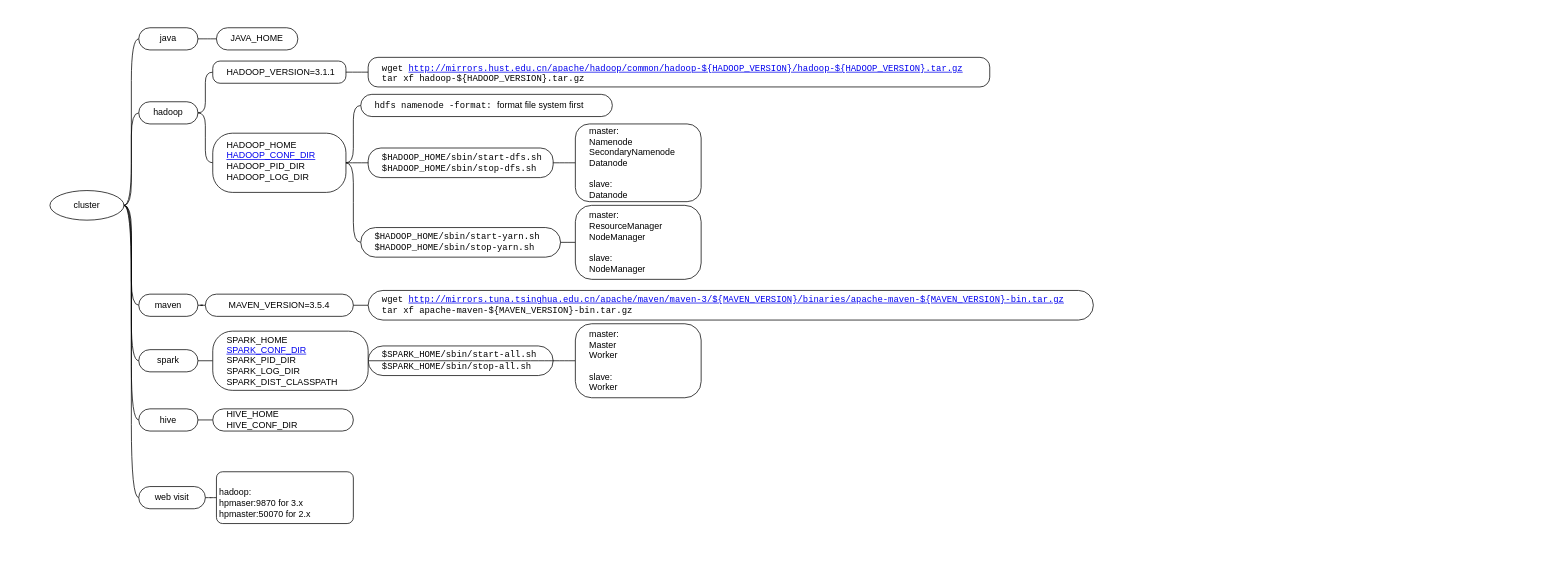
This is page "deploy" (1 of 4) of languages/scala/scala.drawio from yangdj/tf_docs, a draw.io file, before an edit. Source tidied: cells renumbered, new cells numbered last; positions are measured from the earlier drawing's top-left corner, leaving out a move shared by most shapes. Both pictures are drawn from the tidied source at 74%, with x=0, y=0 at pixel (13, 13).
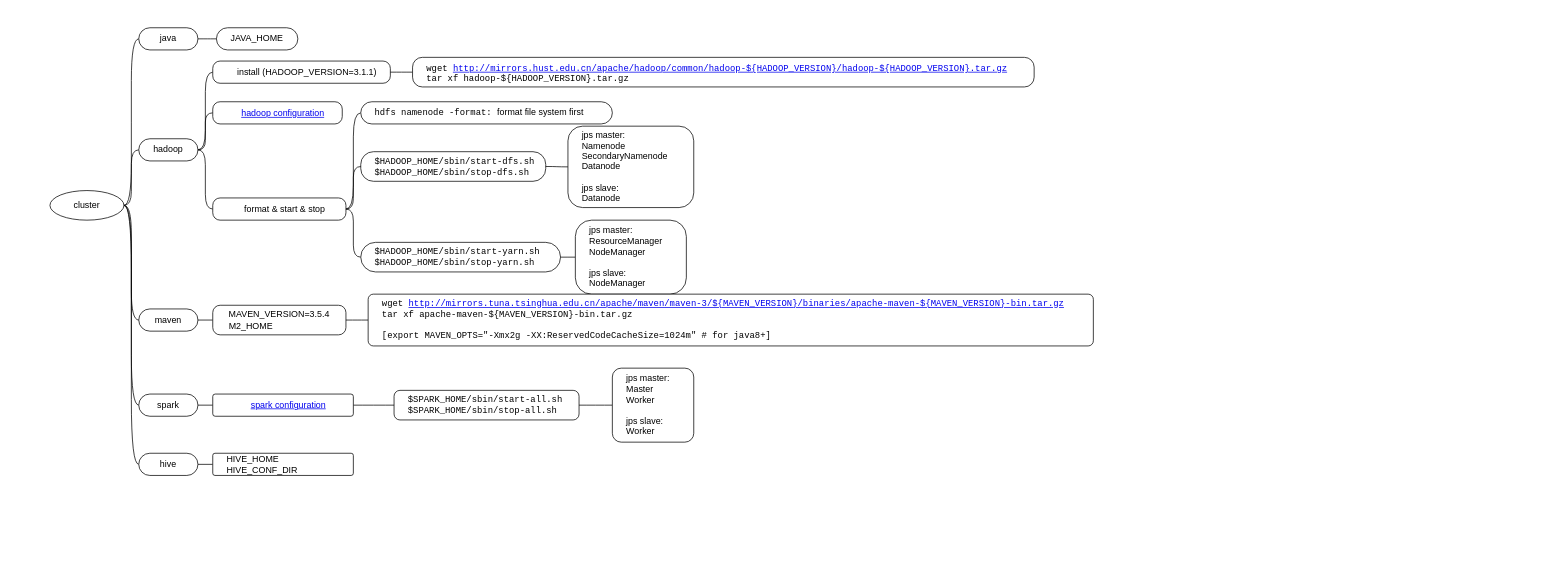
The same diagram, later.

Unchanged cells that the change refers to:
```xml
<mxCell id="4" value="cluster" style="ellipse;whiteSpace=wrap;html=1;align=center;" parent="2" vertex="1">
  <mxGeometry x="50" y="240" width="100" height="40" as="geometry" />
</mxCell>
```

Change to the diagram source:
```diff
@@
     <mxCell id="2" style="swimlane;html=1;startSize=20;horizontal=1;containerType=tree;rounded=1;shadow=0;glass=0;comic=0;fillColor=none;align=left;strokeColor=none;spacingLeft=16;fontFamily=Courier New;" parent="1" vertex="1">
-      <mxGeometry width="1530" height="740" as="geometry" />
+      <mxGeometry width="2070" height="740" as="geometry" />
     </mxCell>
@@
     <mxCell id="5" value="hadoop" style="whiteSpace=wrap;html=1;rounded=1;arcSize=50;align=center;verticalAlign=middle;strokeWidth=1;spacing=4;" parent="2" vertex="1">
-      <mxGeometry x="170" y="120" width="80" height="30" as="geometry" />
+      <mxGeometry x="170" y="170" width="80" height="30" as="geometry" />
     </mxCell>
@@
     <mxCell id="7" value="spark" style="whiteSpace=wrap;html=1;rounded=1;arcSize=50;align=center;verticalAlign=middle;strokeWidth=1;spacing=4;" parent="2" vertex="1">
-      <mxGeometry x="170" y="455" width="80" height="30" as="geometry" />
+      <mxGeometry x="170" y="515" width="80" height="30" as="geometry" />
     </mxCell>
@@
-    <mxCell id="9" value="$SPARK_HOME/sbin/start-all.sh&lt;br&gt;$SPARK_HOME/sbin/stop-all.sh" style="whiteSpace=wrap;html=1;rounded=1;arcSize=50;align=left;verticalAlign=middle;strokeWidth=1;spacing=4;spacingLeft=15;fontFamily=Courier New;" parent="2" vertex="1">
-      <mxGeometry x="480" y="450" width="250" height="40" as="geometry" />
+    <mxCell id="9" value="$SPARK_HOME/sbin/start-all.sh&lt;br&gt;$SPARK_HOME/sbin/stop-all.sh" style="whiteSpace=wrap;html=1;rounded=1;arcSize=20;align=left;verticalAlign=middle;strokeWidth=1;spacing=4;spacingLeft=15;fontFamily=Courier New;" parent="2" vertex="1">
+      <mxGeometry x="515" y="510" width="250" height="40" as="geometry" />
     </mxCell>
@@
     <mxCell id="13" value="&lt;span style=&quot;font-size: 12px&quot;&gt;$HADOOP_HOME/sbin/start-dfs.sh&lt;/span&gt;&lt;br style=&quot;font-size: 12px&quot;&gt;&lt;span style=&quot;font-size: 12px&quot;&gt;$HADOOP_HOME/sbin/stop-dfs.sh&lt;/span&gt;&lt;span style=&quot;font-size: 12px&quot;&gt;&lt;br&gt;&lt;/span&gt;" style="whiteSpace=wrap;html=1;rounded=1;arcSize=43;align=left;verticalAlign=middle;strokeWidth=1;spacing=4;fontSize=12;spacingLeft=15;fontFamily=Courier New;" parent="2" vertex="1">
-      <mxGeometry x="480" y="182.5" width="250" height="40" as="geometry" />
+      <mxGeometry x="470" y="187.5" width="250" height="40" as="geometry" />
     </mxCell>
@@
-    <mxCell id="15" value="&lt;div&gt;HADOOP_HOME&lt;/div&gt;&lt;div&gt;&lt;a href=&quot;data:page/id,-WEoZyiqvBqUpz0TT_SZ&quot;&gt;HADOOP_CONF_DIR&lt;/a&gt;&lt;/div&gt;&lt;div&gt;HADOOP_PID_DIR&lt;/div&gt;&lt;div&gt;HADOOP_LOG_DIR&lt;/div&gt;&lt;div&gt;&lt;br&gt;&lt;/div&gt;" style="whiteSpace=wrap;html=1;rounded=1;arcSize=33;align=left;verticalAlign=top;strokeWidth=1;spacing=4;spacingLeft=15;" parent="2" vertex="1">
-      <mxGeometry x="270" y="162.5" width="180" height="80" as="geometry" />
+    <mxCell id="15" value="&lt;div&gt;format &amp;amp; start &amp;amp; stop&lt;/div&gt;" style="whiteSpace=wrap;html=1;rounded=1;arcSize=33;align=center;verticalAlign=top;strokeWidth=1;spacing=4;spacingLeft=15;" parent="2" vertex="1">
+      <mxGeometry x="270" y="250" width="180" height="30" as="geometry" />
     </mxCell>
-    <mxCell id="16" style="edgeStyle=entityRelationEdgeStyle;startArrow=none;endArrow=none;segment=10;curved=1;" parent="2" edge="1" source="17" target="9">
+    <mxCell id="16" style="edgeStyle=entityRelationEdgeStyle;startArrow=none;endArrow=none;segment=10;curved=1;exitX=1;exitY=0.5;exitDx=0;exitDy=0;" parent="2" edge="1" source="17" target="9">
       <mxGeometry relative="1" as="geometry" />
     </mxCell>
-    <mxCell id="17" value="&lt;div&gt;SPARK_HOME&lt;/div&gt;&lt;div&gt;&lt;a href=&quot;data:page/id,1RoVEH6-U07JBPiQCIpj&quot;&gt;SPARK_CONF_DIR&lt;/a&gt;&lt;/div&gt;&lt;div&gt;SPARK_PID_DIR&lt;/div&gt;&lt;div&gt;SPARK_LOG_DIR&lt;/div&gt;&lt;div&gt;SPARK_DIST_CLASSPATH&lt;/div&gt;" style="whiteSpace=wrap;html=1;rounded=1;arcSize=33;align=left;verticalAlign=middle;strokeWidth=1;spacing=4;spacingLeft=15;" parent="2" vertex="1">
-      <mxGeometry x="270" y="430" width="210" height="80" as="geometry" />
+    <mxCell id="17" value="&lt;div&gt;&lt;a href=&quot;data:page/id,1RoVEH6-U07JBPiQCIpj&quot;&gt;spark configuration&lt;/a&gt;&lt;/div&gt;" style="whiteSpace=wrap;html=1;rounded=1;arcSize=11;align=center;verticalAlign=middle;strokeWidth=1;spacing=4;spacingLeft=15;" parent="2" vertex="1">
+      <mxGeometry x="270" y="515" width="190" height="30" as="geometry" />
     </mxCell>
@@
     <mxCell id="19" value="hive" style="whiteSpace=wrap;html=1;rounded=1;arcSize=50;align=center;verticalAlign=middle;strokeWidth=1;spacing=4;" parent="2" vertex="1">
-      <mxGeometry x="170" y="535" width="80" height="30" as="geometry" />
+      <mxGeometry x="170" y="595" width="80" height="30" as="geometry" />
     </mxCell>
@@
-    <mxCell id="21" value="HIVE_HOME&lt;br&gt;HIVE_CONF_DIR" style="whiteSpace=wrap;html=1;rounded=1;arcSize=50;align=left;verticalAlign=middle;strokeWidth=1;spacing=4;spacingLeft=15;" parent="2" vertex="1">
-      <mxGeometry x="270" y="535" width="190" height="30" as="geometry" />
+    <mxCell id="21" value="HIVE_HOME&lt;br&gt;HIVE_CONF_DIR" style="whiteSpace=wrap;html=1;rounded=1;arcSize=10;align=left;verticalAlign=middle;strokeWidth=1;spacing=4;spacingLeft=15;" parent="2" vertex="1">
+      <mxGeometry x="270" y="595" width="190" height="30" as="geometry" />
     </mxCell>
@@
     <mxCell id="23" value="$HADOOP_HOME/sbin/start-yarn.sh&lt;br&gt;$HADOOP_HOME/sbin/stop-yarn.sh&lt;span style=&quot;font-size: 12px&quot;&gt;&lt;br&gt;&lt;/span&gt;" style="whiteSpace=wrap;html=1;rounded=1;arcSize=50;align=left;verticalAlign=middle;strokeWidth=1;spacing=4;fontSize=12;spacingLeft=15;fontFamily=Courier New;" parent="2" vertex="1">
-      <mxGeometry x="470" y="290" width="270" height="40" as="geometry" />
+      <mxGeometry x="470" y="310" width="270" height="40" as="geometry" />
     </mxCell>
@@
-    <mxCell id="25" value="&lt;span style=&quot;font-size: 12px&quot;&gt;master:&lt;br&gt;Namenode&lt;br&gt;SecondaryNamenode&lt;br&gt;Datanode&lt;br&gt;&lt;br&gt;&lt;/span&gt;slave:&lt;br&gt;Datanode&lt;span style=&quot;font-size: 12px&quot;&gt;&lt;br&gt;&lt;/span&gt;" style="whiteSpace=wrap;html=1;rounded=1;arcSize=18;align=left;verticalAlign=middle;strokeWidth=1;spacing=4;fontSize=12;spacingLeft=15;" parent="2" vertex="1">
-      <mxGeometry x="760" y="150" width="170" height="105" as="geometry" />
+    <mxCell id="25" value="&lt;span style=&quot;font-size: 12px&quot;&gt;jps master:&lt;br&gt;Namenode&lt;br&gt;SecondaryNamenode&lt;br&gt;Datanode&lt;br&gt;&lt;br&gt;&lt;/span&gt;jps slave:&lt;br&gt;Datanode&lt;span style=&quot;font-size: 12px&quot;&gt;&lt;br&gt;&lt;/span&gt;" style="whiteSpace=wrap;html=1;rounded=1;arcSize=18;align=left;verticalAlign=middle;strokeWidth=1;spacing=4;fontSize=12;spacingLeft=15;" parent="2" vertex="1">
+      <mxGeometry x="750" y="153" width="170" height="110" as="geometry" />
     </mxCell>
@@
-    <mxCell id="27" value="&lt;span style=&quot;font-size: 12px&quot;&gt;master:&lt;br&gt;ResourceManager&lt;br&gt;NodeManager&lt;br&gt;&lt;br&gt;slave:&lt;br&gt;NodeManager&lt;br&gt;&lt;/span&gt;" style="whiteSpace=wrap;html=1;rounded=1;arcSize=22;align=left;verticalAlign=middle;strokeWidth=1;spacing=4;fontSize=12;spacingLeft=15;" parent="2" vertex="1">
-      <mxGeometry x="760" y="260" width="170" height="100" as="geometry" />
+    <mxCell id="27" value="&lt;span style=&quot;font-size: 12px&quot;&gt;jps master:&lt;br&gt;ResourceManager&lt;br&gt;NodeManager&lt;br&gt;&lt;br&gt;jps slave:&lt;br&gt;NodeManager&lt;br&gt;&lt;/span&gt;" style="whiteSpace=wrap;html=1;rounded=1;arcSize=22;align=left;verticalAlign=middle;strokeWidth=1;spacing=4;fontSize=12;spacingLeft=15;" parent="2" vertex="1">
+      <mxGeometry x="760" y="280" width="150" height="100" as="geometry" />
     </mxCell>
@@
-    <mxCell id="29" value="&lt;span style=&quot;font-size: 12px&quot;&gt;master:&lt;br&gt;Master&lt;br&gt;Worker&lt;br&gt;&lt;br&gt;slave:&lt;br&gt;Worker&lt;br&gt;&lt;/span&gt;" style="whiteSpace=wrap;html=1;rounded=1;arcSize=22;align=left;verticalAlign=middle;strokeWidth=1;spacing=4;fontSize=12;spacingLeft=15;" parent="2" vertex="1">
-      <mxGeometry x="760" y="420" width="170" height="100" as="geometry" />
+    <mxCell id="29" value="&lt;span style=&quot;font-size: 12px&quot;&gt;jps master:&lt;br&gt;Master&lt;br&gt;Worker&lt;br&gt;&lt;br&gt;jps slave:&lt;br&gt;Worker&lt;br&gt;&lt;/span&gt;" style="whiteSpace=wrap;html=1;rounded=1;arcSize=12;align=left;verticalAlign=middle;strokeWidth=1;spacing=4;fontSize=12;spacingLeft=15;" parent="2" vertex="1">
+      <mxGeometry x="810" y="480" width="110" height="100" as="geometry" />
     </mxCell>
@@
     <mxCell id="31" value="hdfs namenode -format: &lt;font face=&quot;Helvetica&quot;&gt;format file system first&lt;/font&gt;&lt;span style=&quot;font-size: 12px&quot;&gt;&lt;br&gt;&lt;/span&gt;" style="whiteSpace=wrap;html=1;rounded=1;arcSize=50;align=left;verticalAlign=middle;strokeWidth=1;spacing=4;fontSize=12;spacingLeft=15;fontFamily=Courier New;" parent="2" vertex="1">
-      <mxGeometry x="470" y="110" width="340" height="30" as="geometry" />
+      <mxGeometry x="470" y="120" width="340" height="30" as="geometry" />
     </mxCell>
@@
-    <mxCell id="33" value="&lt;div&gt;&lt;span&gt;HADOOP_VERSION=3.1.1&lt;/span&gt;&lt;br&gt;&lt;/div&gt;" style="whiteSpace=wrap;html=1;rounded=1;arcSize=33;align=left;verticalAlign=top;strokeWidth=1;spacing=4;spacingLeft=15;" parent="2" vertex="1">
-      <mxGeometry x="270" y="65" width="180" height="30" as="geometry" />
+    <mxCell id="33" value="&lt;div&gt;&lt;span&gt;install (&lt;/span&gt;&lt;span&gt;HADOOP_VERSION=3.1.1)&lt;/span&gt;&lt;/div&gt;" style="whiteSpace=wrap;html=1;rounded=1;arcSize=33;align=center;verticalAlign=top;strokeWidth=1;spacing=4;spacingLeft=15;" parent="2" vertex="1">
+      <mxGeometry x="270" y="65" width="240" height="30" as="geometry" />
     </mxCell>
@@
     <mxCell id="35" value="&lt;div&gt;wget&amp;nbsp;&lt;a href=&quot;http://mirrors.hust.edu.cn/apache/hadoop/common/hadoop-${HADOOP_VERSION}/hadoop-${HADOOP_VERSION}.tar.gz&quot;&gt;http://mirrors.hust.edu.cn/apache/hadoop/common/hadoop-${HADOOP_VERSION}/hadoop-${HADOOP_VERSION}.tar.gz&lt;/a&gt;&lt;/div&gt;&lt;div&gt;&lt;span&gt;tar xf hadoop-${HADOOP_VERSION}.tar.gz&lt;/span&gt;&lt;/div&gt;" style="whiteSpace=wrap;html=1;rounded=1;arcSize=33;align=left;verticalAlign=top;strokeWidth=1;spacing=4;spacingLeft=15;fontFamily=Courier New;" parent="2" vertex="1">
-      <mxGeometry x="480" y="60" width="840" height="40" as="geometry" />
+      <mxGeometry x="540" y="60" width="840" height="40" as="geometry" />
     </mxCell>
@@
     <mxCell id="37" value="maven" style="whiteSpace=wrap;html=1;rounded=1;arcSize=50;align=center;verticalAlign=middle;strokeWidth=1;spacing=4;" parent="2" vertex="1">
-      <mxGeometry x="170" y="380" width="80" height="30" as="geometry" />
+      <mxGeometry x="170" y="400" width="80" height="30" as="geometry" />
     </mxCell>
@@
-    <mxCell id="39" value="MAVEN_VERSION=3.5.4" style="whiteSpace=wrap;html=1;rounded=1;arcSize=50;align=center;verticalAlign=middle;strokeWidth=1;spacing=4;" parent="2" vertex="1">
-      <mxGeometry x="260" y="380" width="200" height="30" as="geometry" />
+    <mxCell id="39" value="MAVEN_VERSION=3.5.4&lt;br&gt;M2_HOME&amp;nbsp; &amp;nbsp; &amp;nbsp; &amp;nbsp; &amp;nbsp; &amp;nbsp; &amp;nbsp; &amp;nbsp; &amp;nbsp; &amp;nbsp; &amp;nbsp; &amp;nbsp;" style="whiteSpace=wrap;html=1;rounded=1;arcSize=25;align=center;verticalAlign=middle;strokeWidth=1;spacing=4;" parent="2" vertex="1">
+      <mxGeometry x="270" y="395" width="180" height="40" as="geometry" />
     </mxCell>
@@
-    <mxCell id="41" value="&lt;div&gt;wget&amp;nbsp;&lt;a href=&quot;http://mirrors.tuna.tsinghua.edu.cn/apache/maven/maven-3/${MAVEN_VERSION}/binaries/apache-maven-${MAVEN_VERSION}-bin.tar.gz&quot;&gt;http://mirrors.tuna.tsinghua.edu.cn/apache/maven/maven-3/${MAVEN_VERSION}/binaries/apache-maven-${MAVEN_VERSION}-bin.tar.gz&lt;/a&gt;&lt;/div&gt;&lt;div&gt;&lt;span&gt;tar xf apache-maven-${MAVEN_VERSION}-bin.tar.gz&lt;/span&gt;&lt;/div&gt;" style="whiteSpace=wrap;html=1;rounded=1;arcSize=50;align=left;verticalAlign=middle;strokeWidth=1;spacing=4;spacingLeft=15;fontFamily=Courier New;" parent="2" vertex="1">
-      <mxGeometry x="480" y="375" width="980" height="40" as="geometry" />
+    <mxCell id="41" value="&lt;div&gt;wget&amp;nbsp;&lt;a href=&quot;http://mirrors.tuna.tsinghua.edu.cn/apache/maven/maven-3/${MAVEN_VERSION}/binaries/apache-maven-${MAVEN_VERSION}-bin.tar.gz&quot;&gt;http://mirrors.tuna.tsinghua.edu.cn/apache/maven/maven-3/${MAVEN_VERSION}/binaries/apache-maven-${MAVEN_VERSION}-bin.tar.gz&lt;/a&gt;&lt;/div&gt;&lt;div&gt;&lt;span&gt;tar xf apache-maven-${MAVEN_VERSION}-bin.tar.gz&lt;/span&gt;&lt;/div&gt;&lt;div&gt;&lt;br&gt;&lt;/div&gt;&lt;div&gt;[export MAVEN_OPTS=&quot;-Xmx2g -XX:ReservedCodeCacheSize=1024m&quot; # for java8+]&lt;/div&gt;" style="whiteSpace=wrap;html=1;rounded=1;arcSize=10;align=left;verticalAlign=middle;strokeWidth=1;spacing=4;spacingLeft=15;fontFamily=Courier New;" parent="2" vertex="1">
+      <mxGeometry x="480" y="380" width="980" height="70" as="geometry" />
     </mxCell>
@@
-    <mxCell id="44" style="edgeStyle=entityRelationEdgeStyle;startArrow=none;endArrow=none;segment=10;curved=1;exitX=1;exitY=0.5;exitDx=0;exitDy=0;" parent="2" edge="1" source="4" target="45">
-      <mxGeometry relative="1" as="geometry" />
-    </mxCell>
-    <mxCell id="45" value="web visit" style="whiteSpace=wrap;html=1;rounded=1;arcSize=50;align=center;verticalAlign=middle;strokeWidth=1;spacing=4;" parent="2" vertex="1">
-      <mxGeometry x="170" y="640" width="90" height="30" as="geometry" />
-    </mxCell>
-    <mxCell id="46" style="edgeStyle=entityRelationEdgeStyle;startArrow=none;endArrow=none;segment=10;curved=1;exitX=1;exitY=0.5;exitDx=0;exitDy=0;" parent="2" edge="1" source="45" target="47">
-      <mxGeometry relative="1" as="geometry" />
-    </mxCell>
-    <mxCell id="47" value="&lt;br&gt;hadoop: &lt;br&gt;hpmaser:9870 for 3.x&lt;br&gt;hpmaster:50070 for 2.x" style="whiteSpace=wrap;html=1;rounded=1;arcSize=12;align=left;verticalAlign=middle;strokeWidth=1;spacing=4;" parent="2" vertex="1">
-      <mxGeometry x="275" y="620" width="185" height="70" as="geometry" />
-    </mxCell>
+    <mxCell id="48" style="edgeStyle=entityRelationEdgeStyle;startArrow=none;endArrow=none;segment=10;curved=1;" parent="2" edge="1" source="5" target="49">
+      <mxGeometry relative="1" as="geometry" />
+    </mxCell>
+    <mxCell id="49" value="&lt;div&gt;&lt;a href=&quot;data:page/id,-WEoZyiqvBqUpz0TT_SZ&quot;&gt;hadoop&amp;nbsp;configuration&lt;/a&gt;&lt;/div&gt;" style="whiteSpace=wrap;html=1;rounded=1;arcSize=33;align=center;verticalAlign=top;strokeWidth=1;spacing=4;spacingLeft=15;" parent="2" vertex="1">
+      <mxGeometry x="270" y="120" width="175" height="30" as="geometry" />
+    </mxCell>
```
